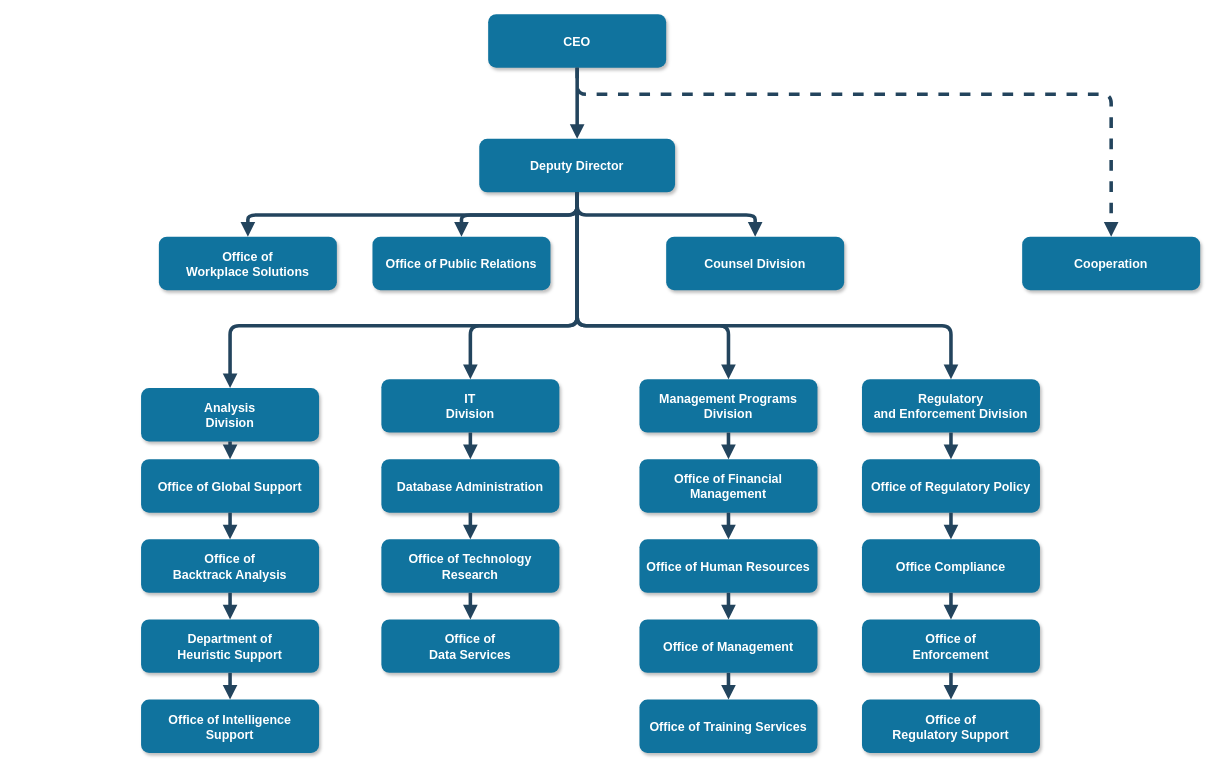
The draw.io diagram Untitled Diagram.drawio in alaindelanay/drawings, before the edit. Source tidied: cells renumbered, new cells numbered last; positions are measured from the earlier drawing's top-left corner, leaving out a move shared by most shapes. Both pictures are drawn from the tidied source at 89%, with x=0, y=0 at pixel (141, 14).
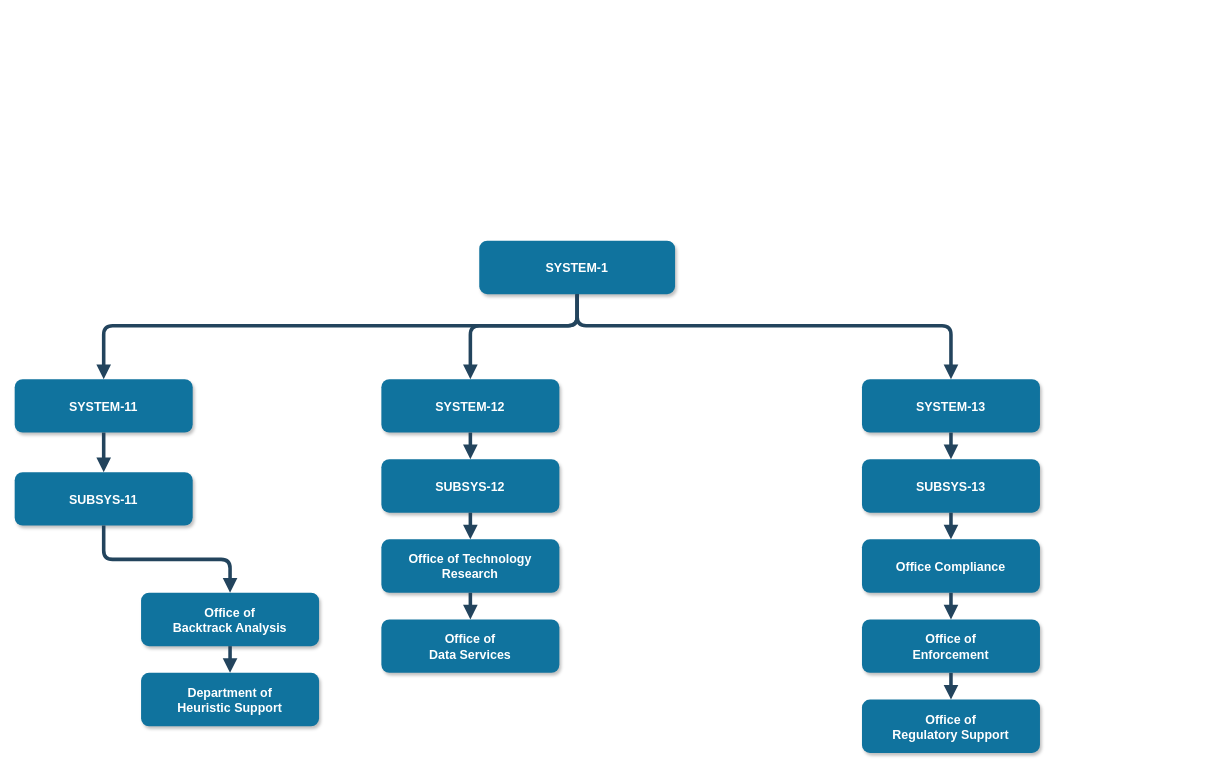
The same page after the edit.

Diff of the diagram source:
```diff
@@
-    <mxCell id="2" value="CEO" style="rounded=1;fillColor=#10739E;strokeColor=none;shadow=1;gradientColor=none;fontStyle=1;fontColor=#FFFFFF;fontSize=14;" parent="1" vertex="1">
-      <mxGeometry x="390" y="-0.5" width="200" height="60" as="geometry" />
-    </mxCell>
-    <mxCell id="3" value="Deputy Director" style="rounded=1;fillColor=#10739E;strokeColor=none;shadow=1;gradientColor=none;fontStyle=1;fontColor=#FFFFFF;fontSize=14;" parent="1" vertex="1">
-      <mxGeometry x="380" y="139.5" width="220" height="60" as="geometry" />
+    <mxCell id="3" value="SYSTEM-1" style="rounded=1;fillColor=#10739E;strokeColor=none;shadow=1;gradientColor=none;fontStyle=1;fontColor=#FFFFFF;fontSize=14;" parent="1" vertex="1">
+      <mxGeometry x="380" y="254" width="220" height="60" as="geometry" />
     </mxCell>
-    <mxCell id="4" value="Office of &#10;Workplace Solutions" style="rounded=1;fillColor=#10739E;strokeColor=none;shadow=1;gradientColor=none;fontStyle=1;fontColor=#FFFFFF;fontSize=14;" parent="1" vertex="1">
-      <mxGeometry x="20" y="249.5" width="200" height="60" as="geometry" />
-    </mxCell>
-    <mxCell id="5" value="Office of Public Relations" style="rounded=1;fillColor=#10739E;strokeColor=none;shadow=1;gradientColor=none;fontStyle=1;fontColor=#FFFFFF;fontSize=14;" parent="1" vertex="1">
-      <mxGeometry x="260" y="249.5" width="200" height="60" as="geometry" />
-    </mxCell>
-    <mxCell id="6" value="Counsel Division" style="rounded=1;fillColor=#10739E;strokeColor=none;shadow=1;gradientColor=none;fontStyle=1;fontColor=#FFFFFF;fontSize=14;" parent="1" vertex="1">
-      <mxGeometry x="590" y="249.5" width="200" height="60" as="geometry" />
-    </mxCell>
-    <mxCell id="7" value="Cooperation" style="rounded=1;fillColor=#10739E;strokeColor=none;shadow=1;gradientColor=none;fontStyle=1;fontColor=#FFFFFF;fontSize=14;" parent="1" vertex="1">
-      <mxGeometry x="990" y="249.5" width="200" height="60" as="geometry" />
-    </mxCell>
-    <mxCell id="8" value="Analysis &#10;Division" style="rounded=1;fillColor=#10739E;strokeColor=none;shadow=1;gradientColor=none;fontStyle=1;fontColor=#FFFFFF;fontSize=14;" parent="1" vertex="1">
-      <mxGeometry y="419.5" width="200" height="60" as="geometry" />
+    <mxCell id="8" value="SYSTEM-11" style="rounded=1;fillColor=#10739E;strokeColor=none;shadow=1;gradientColor=none;fontStyle=1;fontColor=#FFFFFF;fontSize=14;" parent="1" vertex="1">
+      <mxGeometry x="-142" y="409.5" width="200" height="60" as="geometry" />
     </mxCell>
-    <mxCell id="9" value="Office of Global Support" style="rounded=1;fillColor=#10739E;strokeColor=none;shadow=1;gradientColor=none;fontStyle=1;fontColor=#FFFFFF;fontSize=14;" parent="1" vertex="1">
-      <mxGeometry y="499.5" width="200" height="60" as="geometry" />
+    <mxCell id="9" value="SUBSYS-11" style="rounded=1;fillColor=#10739E;strokeColor=none;shadow=1;gradientColor=none;fontStyle=1;fontColor=#FFFFFF;fontSize=14;" parent="1" vertex="1">
+      <mxGeometry x="-142" y="514" width="200" height="60" as="geometry" />
     </mxCell>
     <mxCell id="10" value="Office of &#10;Backtrack Analysis" style="rounded=1;fillColor=#10739E;strokeColor=none;shadow=1;gradientColor=none;fontStyle=1;fontColor=#FFFFFF;fontSize=14;" parent="1" vertex="1">
-      <mxGeometry y="589.5" width="200" height="60" as="geometry" />
+      <mxGeometry y="649.5" width="200" height="60" as="geometry" />
     </mxCell>
     <mxCell id="11" value="Department of &#10;Heuristic Support" style="rounded=1;fillColor=#10739E;strokeColor=none;shadow=1;gradientColor=none;fontStyle=1;fontColor=#FFFFFF;fontSize=14;" parent="1" vertex="1">
-      <mxGeometry y="679.5" width="200" height="60" as="geometry" />
+      <mxGeometry y="739.5" width="200" height="60" as="geometry" />
     </mxCell>
-    <mxCell id="12" value="Office of Intelligence &#10;Support" style="rounded=1;fillColor=#10739E;strokeColor=none;shadow=1;gradientColor=none;fontStyle=1;fontColor=#FFFFFF;fontSize=14;" parent="1" vertex="1">
-      <mxGeometry y="769.5" width="200" height="60" as="geometry" />
-    </mxCell>
-    <mxCell id="13" value="IT&#10;Division" style="rounded=1;fillColor=#10739E;strokeColor=none;shadow=1;gradientColor=none;fontStyle=1;fontColor=#FFFFFF;fontSize=14;" parent="1" vertex="1">
+    <mxCell id="13" value="SYSTEM-12" style="rounded=1;fillColor=#10739E;strokeColor=none;shadow=1;gradientColor=none;fontStyle=1;fontColor=#FFFFFF;fontSize=14;" parent="1" vertex="1">
       <mxGeometry x="270" y="409.5" width="200" height="60" as="geometry" />
     </mxCell>
-    <mxCell id="14" value="Database Administration" style="rounded=1;fillColor=#10739E;strokeColor=none;shadow=1;gradientColor=none;fontStyle=1;fontColor=#FFFFFF;fontSize=14;" parent="1" vertex="1">
+    <mxCell id="14" value="SUBSYS-12" style="rounded=1;fillColor=#10739E;strokeColor=none;shadow=1;gradientColor=none;fontStyle=1;fontColor=#FFFFFF;fontSize=14;" parent="1" vertex="1">
       <mxGeometry x="270" y="499.5" width="200" height="60" as="geometry" />
     </mxCell>
@@
-    <mxCell id="17" value="Management Programs &#10;Division" style="rounded=1;fillColor=#10739E;strokeColor=none;shadow=1;gradientColor=none;fontStyle=1;fontColor=#FFFFFF;fontSize=14;" parent="1" vertex="1">
-      <mxGeometry x="560" y="409.5" width="200" height="60" as="geometry" />
-    </mxCell>
-    <mxCell id="18" value="Office of Financial &#10;Management" style="rounded=1;fillColor=#10739E;strokeColor=none;shadow=1;gradientColor=none;fontStyle=1;fontColor=#FFFFFF;fontSize=14;" parent="1" vertex="1">
-      <mxGeometry x="560" y="499.5" width="200" height="60" as="geometry" />
-    </mxCell>
-    <mxCell id="19" value="Office of Human Resources" style="rounded=1;fillColor=#10739E;strokeColor=none;shadow=1;gradientColor=none;fontStyle=1;fontColor=#FFFFFF;fontSize=14;" parent="1" vertex="1">
-      <mxGeometry x="560" y="589.5" width="200" height="60" as="geometry" />
-    </mxCell>
-    <mxCell id="20" value="Office of Management " style="rounded=1;fillColor=#10739E;strokeColor=none;shadow=1;gradientColor=none;fontStyle=1;fontColor=#FFFFFF;fontSize=14;" parent="1" vertex="1">
-      <mxGeometry x="560" y="679.5" width="200" height="60" as="geometry" />
-    </mxCell>
-    <mxCell id="21" value="Office of Training Services" style="rounded=1;fillColor=#10739E;strokeColor=none;shadow=1;gradientColor=none;fontStyle=1;fontColor=#FFFFFF;fontSize=14;" parent="1" vertex="1">
-      <mxGeometry x="560" y="769.5" width="200" height="60" as="geometry" />
-    </mxCell>
-    <mxCell id="22" value="Regulatory &#10;and Enforcement Division" style="rounded=1;fillColor=#10739E;strokeColor=none;shadow=1;gradientColor=none;fontStyle=1;fontColor=#FFFFFF;fontSize=14;" parent="1" vertex="1">
+    <mxCell id="22" value="SYSTEM-13" style="rounded=1;fillColor=#10739E;strokeColor=none;shadow=1;gradientColor=none;fontStyle=1;fontColor=#FFFFFF;fontSize=14;" parent="1" vertex="1">
       <mxGeometry x="810" y="409.5" width="200" height="60" as="geometry" />
     </mxCell>
-    <mxCell id="23" value="Office of Regulatory Policy" style="rounded=1;fillColor=#10739E;strokeColor=none;shadow=1;gradientColor=none;fontStyle=1;fontColor=#FFFFFF;fontSize=14;" parent="1" vertex="1">
+    <mxCell id="23" value="SUBSYS-13" style="rounded=1;fillColor=#10739E;strokeColor=none;shadow=1;gradientColor=none;fontStyle=1;fontColor=#FFFFFF;fontSize=14;" parent="1" vertex="1">
       <mxGeometry x="810" y="499.5" width="200" height="60" as="geometry" />
     </mxCell>
@@
-    <mxCell id="27" style="edgeStyle=elbowEdgeStyle;elbow=vertical;strokeWidth=4;endArrow=block;endFill=1;fontStyle=1;strokeColor=#23445D;" parent="1" edge="1" source="2" target="3">
-      <mxGeometry x="22" y="165.5" as="geometry" />
-    </mxCell>
-    <mxCell id="28" style="edgeStyle=elbowEdgeStyle;elbow=vertical;strokeWidth=4;endArrow=block;endFill=1;fontStyle=1;strokeColor=#23445D;" parent="1" edge="1" source="3" target="5">
-      <mxGeometry x="22" y="165.5" as="geometry" />
-    </mxCell>
-    <mxCell id="29" style="edgeStyle=elbowEdgeStyle;elbow=vertical;strokeWidth=4;endArrow=block;endFill=1;fontStyle=1;strokeColor=#23445D;" parent="1" edge="1" source="3" target="4">
-      <mxGeometry x="22" y="165.5" as="geometry" />
-    </mxCell>
-    <mxCell id="30" style="edgeStyle=elbowEdgeStyle;elbow=vertical;strokeWidth=4;endArrow=block;endFill=1;fontStyle=1;strokeColor=#23445D;" parent="1" edge="1" source="3" target="6">
-      <mxGeometry x="22" y="165.5" as="geometry" />
-    </mxCell>
-    <mxCell id="31" style="edgeStyle=elbowEdgeStyle;elbow=vertical;strokeWidth=4;endArrow=block;endFill=1;fontStyle=1;dashed=1;strokeColor=#23445D;" parent="1" edge="1" source="2" target="7">
-      <mxGeometry x="22" y="165.5" as="geometry">
-        <Array as="points">
-          <mxPoint x="780" y="89.5" />
-        </Array>
-      </mxGeometry>
-    </mxCell>
@@
     <mxCell id="36" style="edgeStyle=elbowEdgeStyle;elbow=vertical;strokeWidth=4;endArrow=block;endFill=1;fontStyle=1;strokeColor=#23445D;" parent="1" edge="1" source="10" target="11">
-      <mxGeometry x="62" y="185.5" as="geometry" />
+      <mxGeometry x="62" y="245.5" as="geometry" />
     </mxCell>
-    <mxCell id="37" style="edgeStyle=elbowEdgeStyle;elbow=vertical;strokeWidth=4;endArrow=block;endFill=1;fontStyle=1;strokeColor=#23445D;" parent="1" edge="1" source="11" target="12">
-      <mxGeometry x="62" y="195.5" as="geometry" />
-    </mxCell>
@@
-    <mxCell id="41" style="edgeStyle=elbowEdgeStyle;elbow=vertical;strokeWidth=4;endArrow=block;endFill=1;fontStyle=1;strokeColor=#23445D;" parent="1" edge="1" source="17" target="18">
-      <mxGeometry x="72" y="165.5" as="geometry" />
-    </mxCell>
-    <mxCell id="42" style="edgeStyle=elbowEdgeStyle;elbow=vertical;strokeWidth=4;endArrow=block;endFill=1;fontStyle=1;strokeColor=#23445D;" parent="1" edge="1" source="18" target="19">
-      <mxGeometry x="72" y="175.5" as="geometry" />
-    </mxCell>
-    <mxCell id="43" style="edgeStyle=elbowEdgeStyle;elbow=vertical;strokeWidth=4;endArrow=block;endFill=1;fontStyle=1;strokeColor=#23445D;" parent="1" edge="1" source="19" target="20">
-      <mxGeometry x="72" y="185.5" as="geometry" />
-    </mxCell>
-    <mxCell id="44" style="edgeStyle=elbowEdgeStyle;elbow=vertical;strokeWidth=4;endArrow=block;endFill=1;fontStyle=1;strokeColor=#23445D;" parent="1" edge="1" source="20" target="21">
-      <mxGeometry x="72" y="195.5" as="geometry" />
-    </mxCell>
@@
-    <mxCell id="50" style="edgeStyle=elbowEdgeStyle;elbow=vertical;strokeWidth=4;endArrow=block;endFill=1;fontStyle=1;strokeColor=#23445D;" parent="1" edge="1" source="3" target="17">
-      <mxGeometry x="22" y="165.5" as="geometry">
-        <Array as="points">
-          <mxPoint x="660" y="349.5" />
-        </Array>
-      </mxGeometry>
-    </mxCell>
```
